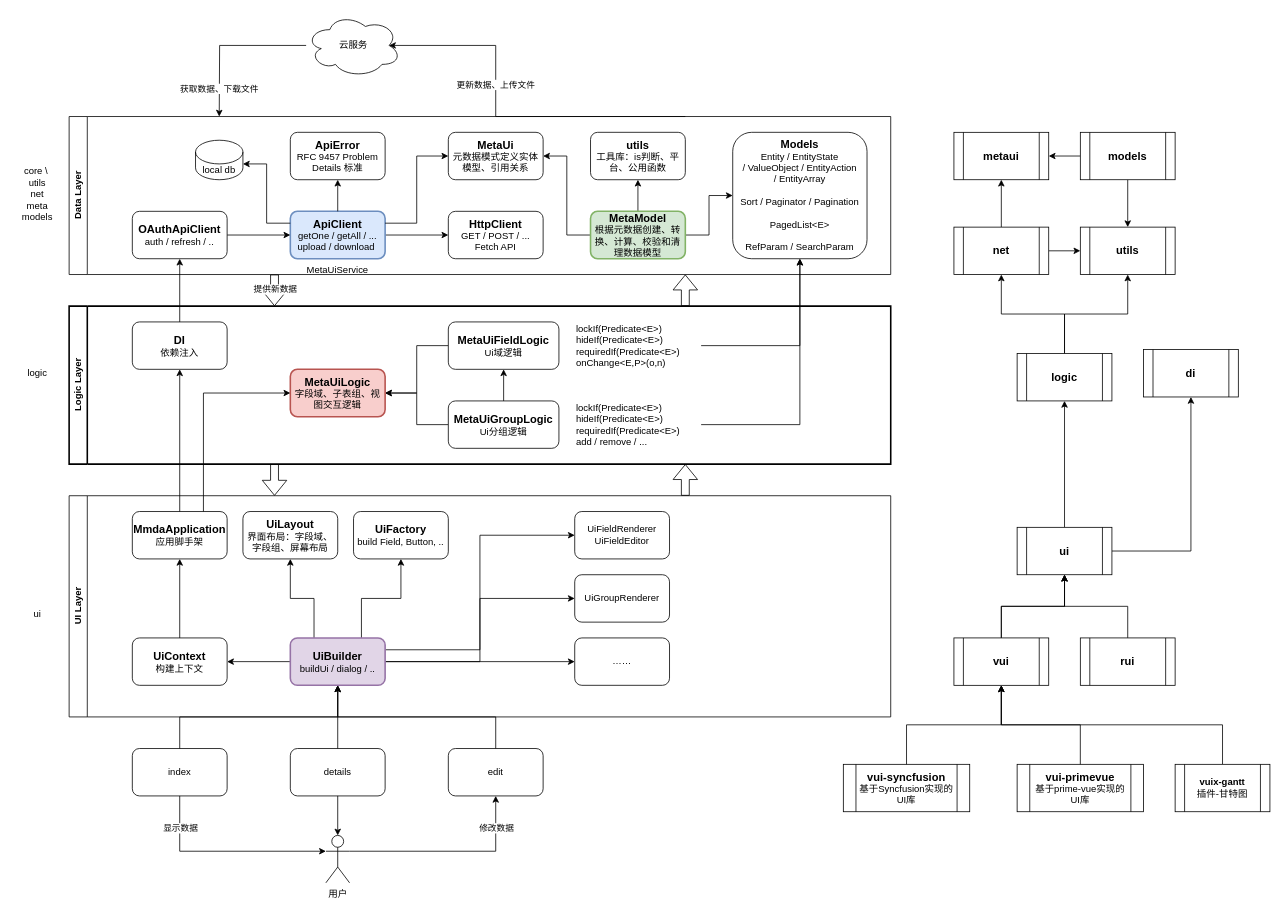
Above: page "架构" (1 of 7) of docs/mmda-vue.drawio in Roy7611/mmda-vue (draw.io), before the change. Source tidied: cells renumbered, new cells numbered last; positions are measured from the earlier drawing's top-left corner, leaving out a move shared by most shapes. Both pictures are drawn from the tidied source at 79%, with x=0, y=0 at pixel (13, 13).
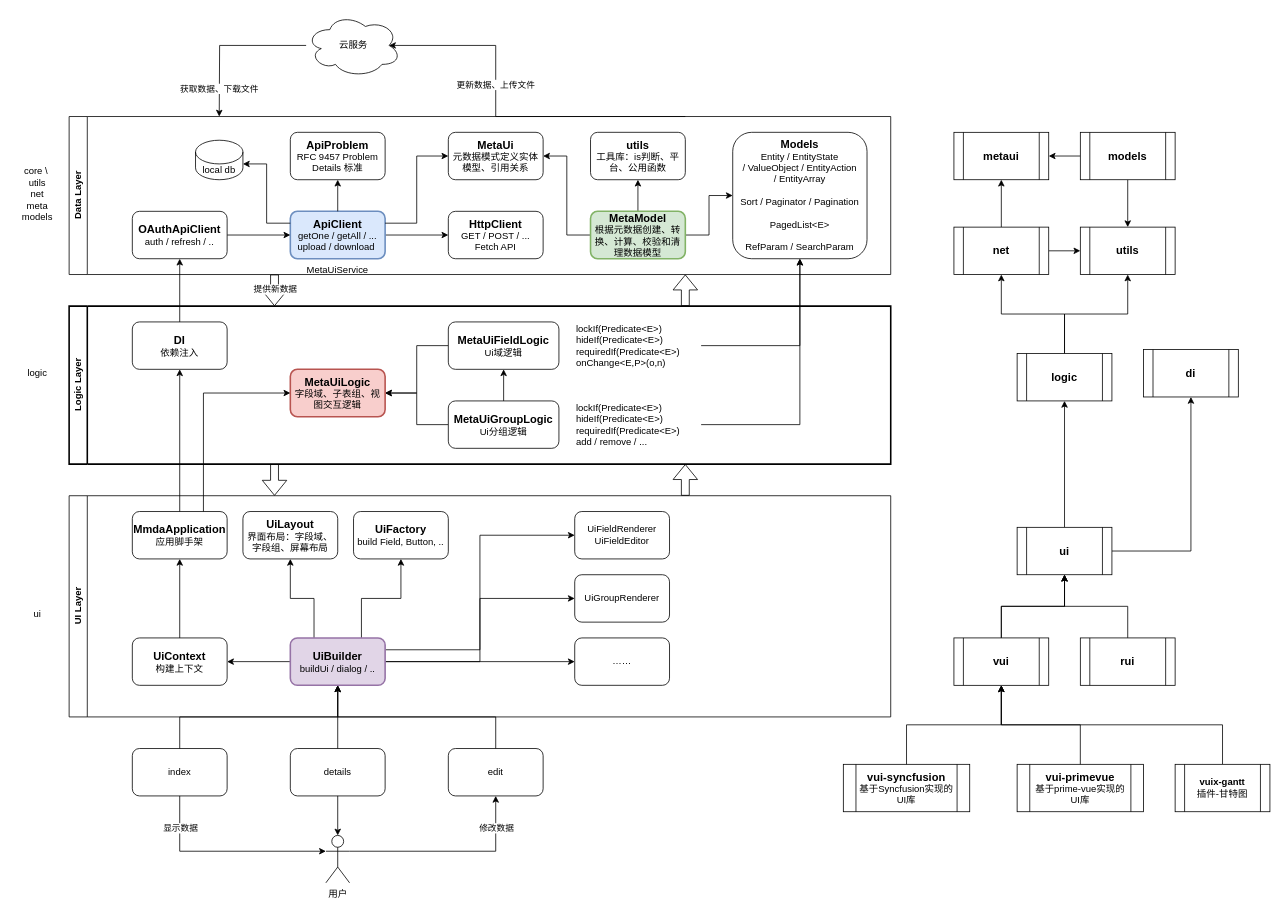
The same page after the edit.

Unchanged cells that the change refers to:
```xml
<mxCell id="4" value="Data Layer" style="swimlane;horizontal=0;whiteSpace=wrap;html=1;" parent="1" vertex="1">
  <mxGeometry x="70" y="130" width="1040" height="200" as="geometry" />
</mxCell>
```

What changed in the source:
```diff
@@
-    <mxCell id="15" value="&lt;b&gt;&lt;font style=&quot;font-size: 14px;&quot;&gt;ApiError&lt;/font&gt;&lt;/b&gt;&lt;div&gt;RFC 9457 Problem Details 标准&lt;/div&gt;" style="rounded=1;whiteSpace=wrap;html=1;" parent="4" vertex="1">
+    <mxCell id="15" value="&lt;b&gt;&lt;font style=&quot;font-size: 14px;&quot;&gt;ApiProblem&lt;/font&gt;&lt;/b&gt;&lt;div&gt;RFC 9457 Problem Details 标准&lt;/div&gt;" style="rounded=1;whiteSpace=wrap;html=1;" parent="4" vertex="1">
       <mxGeometry x="280" y="20" width="120" height="60" as="geometry" />
     </mxCell>
```
